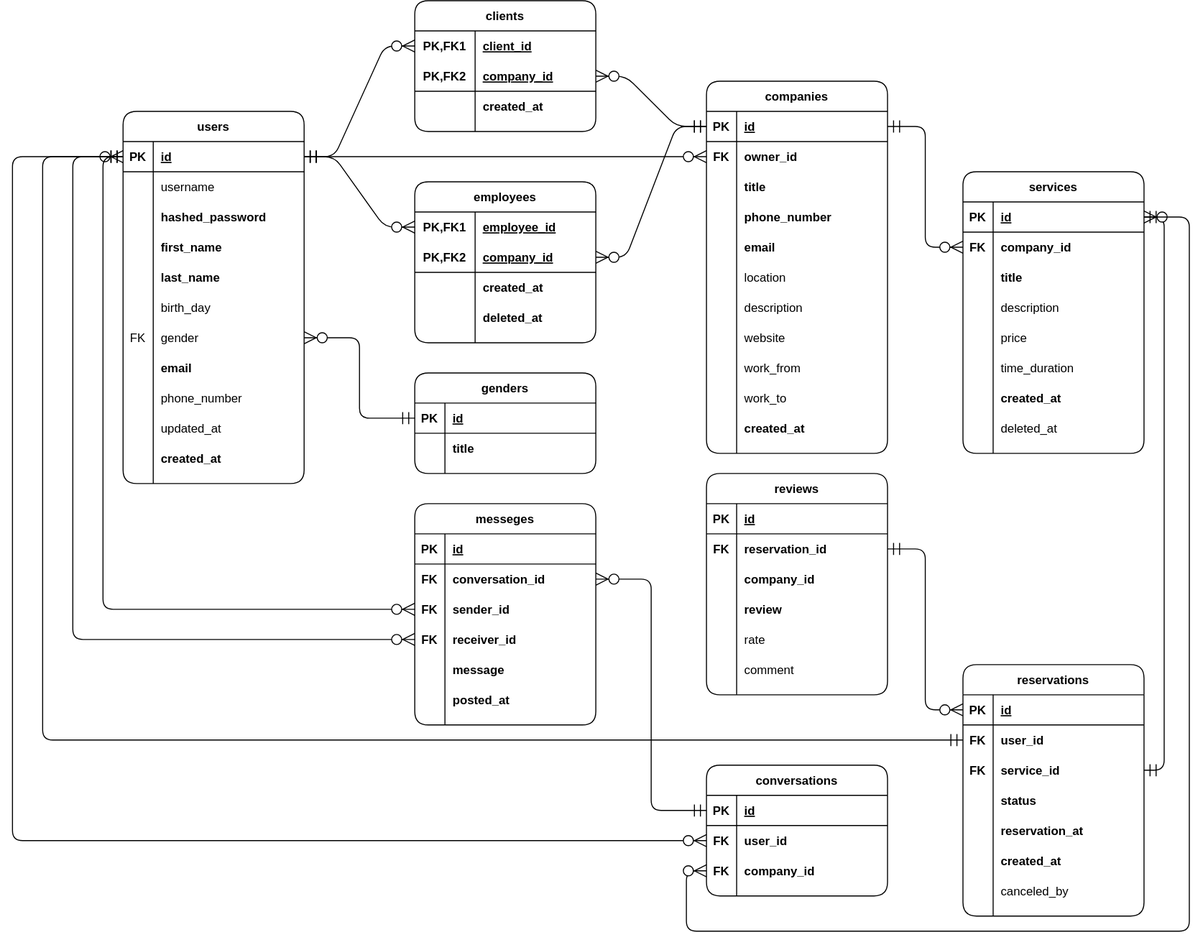
chutommy/user-microservice keeps this draw.io diagram as docs/db_diagram.drawio.svg. Above is the earlier version. Source tidied: cells renumbered, new cells last; positions are measured from the earlier drawing's top-left corner, leaving out a move shared by most shapes.
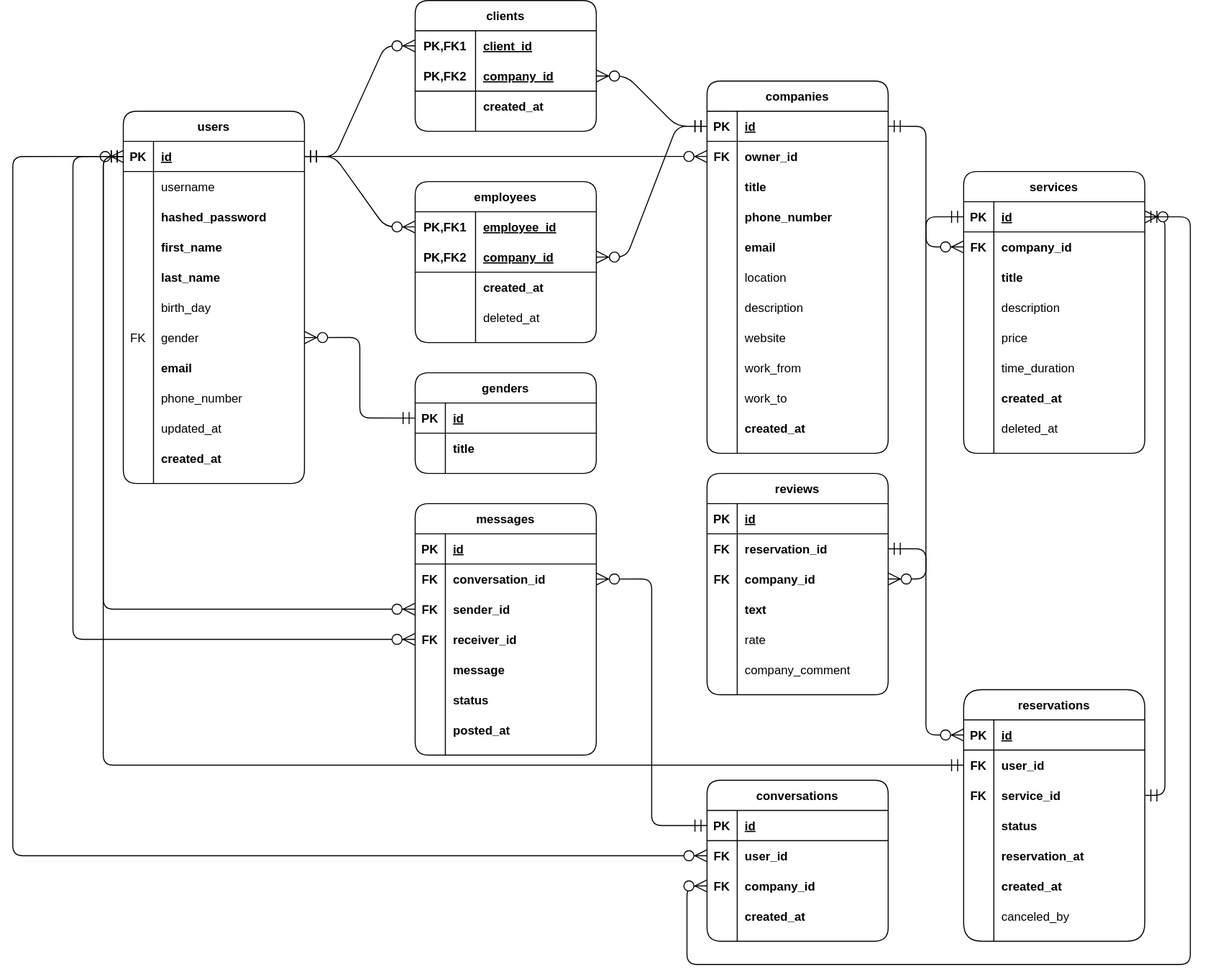
After the change.

Commit message:
Update database diagram

Diff of the diagram source:
```diff
@@ -24,12 +24,7 @@
       <mxGeometry relative="1" as="geometry" />
     </mxCell>
     <mxCell id="9" style="edgeStyle=orthogonalEdgeStyle;jettySize=auto;html=1;startArrow=ERmandOne;startFill=0;startSize=10;endArrow=ERzeroToMany;endFill=1;endSize=10;exitX=0;exitY=0.5;exitDx=0;exitDy=0;entryX=0;entryY=0.5;entryDx=0;entryDy=0;" parent="1" edge="1" source="192" target="18">
-      <mxGeometry relative="1" as="geometry">
-        <Array as="points">
-          <mxPoint x="29.9" y="735" />
-          <mxPoint x="29.9" y="155" />
-        </Array>
-      </mxGeometry>
+      <mxGeometry relative="1" as="geometry" />
     </mxCell>
     <mxCell id="10" style="edgeStyle=orthogonalEdgeStyle;jettySize=auto;html=1;startArrow=ERmandOne;startFill=0;startSize=10;endArrow=ERzeroToMany;endFill=1;endSize=10;entryX=1;entryY=0.5;entryDx=0;entryDy=0;exitX=1;exitY=0.5;exitDx=0;exitDy=0;" parent="1" edge="1" source="195" target="75">
       <mxGeometry relative="1" as="geometry" />
@@ -43,18 +38,18 @@
     <mxCell id="13" style="edgeStyle=orthogonalEdgeStyle;jettySize=auto;html=1;entryX=0;entryY=0.5;entryDx=0;entryDy=0;startArrow=ERzeroToMany;startFill=1;startSize=10;endArrow=ERmandOne;endFill=0;endSize=10;exitX=0;exitY=0.5;exitDx=0;exitDy=0;" parent="1" edge="1" source="175" target="18">
       <mxGeometry relative="1" as="geometry">
         <Array as="points">
-          <mxPoint x="-0.1" y="835" />
-          <mxPoint x="-0.1" y="155" />
+          <mxPoint y="850" />
+          <mxPoint y="155" />
         </Array>
       </mxGeometry>
     </mxCell>
     <mxCell id="14" style="edgeStyle=orthogonalEdgeStyle;jettySize=auto;html=1;entryX=1;entryY=0.5;entryDx=0;entryDy=0;startArrow=ERzeroToMany;startFill=1;startSize=10;endArrow=ERmandOne;endFill=0;endSize=10;exitX=0;exitY=0.5;exitDx=0;exitDy=0;" parent="1" edge="1" source="178" target="75">
       <mxGeometry relative="1" as="geometry">
         <Array as="points">
-          <mxPoint x="669.9" y="865" />
-          <mxPoint x="669.9" y="925" />
-          <mxPoint x="1169.9" y="925" />
-          <mxPoint x="1169.9" y="215" />
+          <mxPoint x="670" y="880" />
+          <mxPoint x="670" y="958" />
+          <mxPoint x="1170" y="958" />
+          <mxPoint x="1170" y="215" />
         </Array>
       </mxGeometry>
     </mxCell>
@@ -237,7 +232,7 @@
     <mxCell id="72" style="shape=partialRectangle;fillColor=none;top=0;left=0;bottom=0;right=0;overflow=hidden;rounded=1;" parent="71" vertex="1">
       <mxGeometry width="60" height="30" as="geometry" />
     </mxCell>
-    <mxCell id="73" value="deleted_at" style="shape=partialRectangle;fillColor=none;top=0;left=0;bottom=0;right=0;align=left;spacingLeft=6;overflow=hidden;fontStyle=1;rounded=1;" parent="71" vertex="1">
+    <mxCell id="73" value="deleted_at" style="shape=partialRectangle;fillColor=none;top=0;left=0;bottom=0;right=0;align=left;spacingLeft=6;overflow=hidden;fontStyle=0;rounded=1;" parent="71" vertex="1">
       <mxGeometry x="60" width="120" height="30" as="geometry" />
     </mxCell>
     <mxCell id="74" value="services" style="shape=table;startSize=30;rowLines=0;fontStyle=1;align=center;rounded=1;" parent="1" vertex="1">
@@ -441,7 +436,7 @@
     <mxCell id="140" style="shape=partialRectangle;fillColor=none;top=0;left=0;bottom=0;right=0;points=[[0,0.5],[1,0.5]];portConstraint=eastwest;rounded=1;" parent="133" vertex="1">
       <mxGeometry y="90" width="180" height="30" as="geometry" />
     </mxCell>
-    <mxCell id="141" style="shape=partialRectangle;fillColor=none;top=0;left=0;bottom=0;right=0;overflow=hidden;rounded=1;" parent="140" vertex="1">
+    <mxCell id="141" value="FK" style="shape=partialRectangle;fillColor=none;top=0;left=0;bottom=0;right=0;overflow=hidden;rounded=1;fontStyle=1;" parent="140" vertex="1">
       <mxGeometry width="30" height="30" as="geometry" />
     </mxCell>
     <mxCell id="142" value="company_id" style="shape=partialRectangle;fillColor=none;top=0;left=0;bottom=0;right=0;align=left;spacingLeft=6;overflow=hidden;fontStyle=1;rounded=1;" parent="140" vertex="1">
@@ -453,7 +448,7 @@
     <mxCell id="144" style="shape=partialRectangle;fillColor=none;top=0;left=0;bottom=0;right=0;overflow=hidden;rounded=1;" parent="143" vertex="1">
       <mxGeometry width="30" height="30" as="geometry" />
     </mxCell>
-    <mxCell id="145" value="review" style="shape=partialRectangle;fillColor=none;top=0;left=0;bottom=0;right=0;align=left;spacingLeft=6;overflow=hidden;fontStyle=1;rounded=1;" parent="143" vertex="1">
+    <mxCell id="145" value="text" style="shape=partialRectangle;fillColor=none;top=0;left=0;bottom=0;right=0;align=left;spacingLeft=6;overflow=hidden;fontStyle=1;rounded=1;" parent="143" vertex="1">
       <mxGeometry x="30" width="150" height="30" as="geometry" />
     </mxCell>
     <mxCell id="146" style="shape=partialRectangle;fillColor=none;top=0;left=0;bottom=0;right=0;rounded=1;" parent="133" vertex="1">
@@ -471,11 +466,11 @@
     <mxCell id="150" style="shape=partialRectangle;fillColor=none;top=0;left=0;bottom=0;right=0;overflow=hidden;rounded=1;" parent="149" vertex="1">
       <mxGeometry width="30" height="30" as="geometry" />
     </mxCell>
-    <mxCell id="151" value="comment" style="shape=partialRectangle;fillColor=none;top=0;left=0;bottom=0;right=0;align=left;spacingLeft=6;overflow=hidden;fontStyle=0;rounded=1;" parent="149" vertex="1">
+    <mxCell id="151" value="company_comment" style="shape=partialRectangle;fillColor=none;top=0;left=0;bottom=0;right=0;align=left;spacingLeft=6;overflow=hidden;fontStyle=0;rounded=1;" parent="149" vertex="1">
       <mxGeometry x="30" width="150" height="30" as="geometry" />
     </mxCell>
-    <mxCell id="152" value="messeges" style="shape=table;startSize=30;rowLines=0;fontStyle=1;align=center;rounded=1;" parent="1" vertex="1">
-      <mxGeometry x="399.9" y="500" width="180" height="220" as="geometry" />
+    <mxCell id="152" value="messages" style="shape=table;startSize=30;rowLines=0;fontStyle=1;align=center;rounded=1;" parent="1" vertex="1">
+      <mxGeometry x="399.9" y="500" width="180" height="250" as="geometry" />
     </mxCell>
     <mxCell id="153" style="shape=partialRectangle;fillColor=none;top=0;left=0;bottom=1;right=0;rounded=1;" parent="152" vertex="1">
       <mxGeometry y="30" width="180" height="30" as="geometry" />
@@ -522,8 +517,17 @@
     <mxCell id="167" value="message" style="shape=partialRectangle;fillColor=none;top=0;left=0;bottom=0;right=0;align=left;spacingLeft=6;overflow=hidden;fontStyle=1;rounded=1;" parent="165" vertex="1">
       <mxGeometry x="30" width="150" height="30" as="geometry" />
     </mxCell>
+    <mxCell id="210" style="shape=partialRectangle;fillColor=none;top=0;left=0;bottom=0;right=0;rounded=1;" parent="152" vertex="1">
+      <mxGeometry y="180" width="180" height="30" as="geometry" />
+    </mxCell>
+    <mxCell id="211" style="shape=partialRectangle;fillColor=none;top=0;left=0;bottom=0;right=0;overflow=hidden;rounded=1;" parent="210" vertex="1">
+      <mxGeometry width="30" height="30" as="geometry" />
+    </mxCell>
+    <mxCell id="212" value="status" style="shape=partialRectangle;fillColor=none;top=0;left=0;bottom=0;right=0;align=left;spacingLeft=6;overflow=hidden;fontStyle=1;rounded=1;" parent="210" vertex="1">
+      <mxGeometry x="30" width="150" height="30" as="geometry" />
+    </mxCell>
     <mxCell id="168" style="shape=partialRectangle;fillColor=none;top=0;left=0;bottom=0;right=0;rounded=1;" parent="152" vertex="1">
-      <mxGeometry y="180" width="180" height="30" as="geometry" />
+      <mxGeometry y="210" width="180" height="30" as="geometry" />
     </mxCell>
     <mxCell id="169" style="shape=partialRectangle;fillColor=none;top=0;left=0;bottom=0;right=0;overflow=hidden;rounded=1;" parent="168" vertex="1">
       <mxGeometry width="30" height="30" as="geometry" />
@@ -531,8 +535,29 @@
     <mxCell id="170" value="posted_at" style="shape=partialRectangle;fillColor=none;top=0;left=0;bottom=0;right=0;align=left;spacingLeft=6;overflow=hidden;fontStyle=1;rounded=1;" parent="168" vertex="1">
       <mxGeometry x="30" width="150" height="30" as="geometry" />
     </mxCell>
+    <mxCell id="181" value="genders" style="shape=table;startSize=30;rowLines=0;fontStyle=1;align=center;rounded=1;" parent="1" vertex="1">
+      <mxGeometry x="399.9" y="370" width="180" height="100" as="geometry" />
+    </mxCell>
+    <mxCell id="182" style="shape=partialRectangle;fillColor=none;top=0;left=0;bottom=1;right=0;points=[[0,0.5],[1,0.5]];portConstraint=eastwest;rounded=1;" parent="181" vertex="1">
+      <mxGeometry y="30" width="180" height="30" as="geometry" />
+    </mxCell>
+    <mxCell id="183" value="PK" style="shape=partialRectangle;fillColor=none;top=0;left=0;bottom=0;right=0;fontStyle=1;overflow=hidden;rounded=1;" parent="182" vertex="1">
+      <mxGeometry width="30" height="30" as="geometry" />
+    </mxCell>
+    <mxCell id="184" value="id" style="shape=partialRectangle;fillColor=none;top=0;left=0;bottom=0;right=0;align=left;spacingLeft=6;fontStyle=5;overflow=hidden;rounded=1;" parent="182" vertex="1">
+      <mxGeometry x="30" width="150" height="30" as="geometry" />
+    </mxCell>
+    <mxCell id="185" style="shape=partialRectangle;fillColor=none;top=0;left=0;bottom=0;right=0;rounded=1;" parent="181" vertex="1">
+      <mxGeometry y="60" width="180" height="30" as="geometry" />
+    </mxCell>
+    <mxCell id="186" style="shape=partialRectangle;fillColor=none;top=0;left=0;bottom=0;right=0;overflow=hidden;rounded=1;" parent="185" vertex="1">
+      <mxGeometry width="30" height="30" as="geometry" />
+    </mxCell>
+    <mxCell id="187" value="title" style="shape=partialRectangle;fillColor=none;top=0;left=0;bottom=0;right=0;align=left;spacingLeft=6;overflow=hidden;fontStyle=1;rounded=1;" parent="185" vertex="1">
+      <mxGeometry x="30" width="150" height="30" as="geometry" />
+    </mxCell>
     <mxCell id="171" value="conversations" style="shape=table;startSize=30;rowLines=0;fontStyle=1;align=center;rounded=1;" parent="1" vertex="1">
-      <mxGeometry x="689.9" y="760" width="180" height="130" as="geometry" />
+      <mxGeometry x="689.9" y="775" width="180" height="160" as="geometry" />
     </mxCell>
     <mxCell id="172" style="shape=partialRectangle;fillColor=none;top=0;left=0;bottom=1;right=0;points=[[0,0.5],[1,0.5]];portConstraint=eastwest;rounded=1;" parent="171" vertex="1">
       <mxGeometry y="30" width="180" height="30" as="geometry" />
@@ -561,29 +586,17 @@
     <mxCell id="180" value="company_id" style="shape=partialRectangle;fillColor=none;top=0;left=0;bottom=0;right=0;align=left;spacingLeft=6;overflow=hidden;fontStyle=1;rounded=1;" parent="178" vertex="1">
       <mxGeometry x="30" width="150" height="30" as="geometry" />
     </mxCell>
-    <mxCell id="181" value="genders" style="shape=table;startSize=30;rowLines=0;fontStyle=1;align=center;rounded=1;" parent="1" vertex="1">
-      <mxGeometry x="399.9" y="370" width="180" height="100" as="geometry" />
-    </mxCell>
-    <mxCell id="182" style="shape=partialRectangle;fillColor=none;top=0;left=0;bottom=1;right=0;points=[[0,0.5],[1,0.5]];portConstraint=eastwest;rounded=1;" parent="181" vertex="1">
-      <mxGeometry y="30" width="180" height="30" as="geometry" />
-    </mxCell>
-    <mxCell id="183" value="PK" style="shape=partialRectangle;fillColor=none;top=0;left=0;bottom=0;right=0;fontStyle=1;overflow=hidden;rounded=1;" parent="182" vertex="1">
-      <mxGeometry width="30" height="30" as="geometry" />
-    </mxCell>
-    <mxCell id="184" value="id" style="shape=partialRectangle;fillColor=none;top=0;left=0;bottom=0;right=0;align=left;spacingLeft=6;fontStyle=5;overflow=hidden;rounded=1;" parent="182" vertex="1">
-      <mxGeometry x="30" width="150" height="30" as="geometry" />
-    </mxCell>
-    <mxCell id="185" style="shape=partialRectangle;fillColor=none;top=0;left=0;bottom=0;right=0;rounded=1;" parent="181" vertex="1">
-      <mxGeometry y="60" width="180" height="30" as="geometry" />
-    </mxCell>
-    <mxCell id="186" style="shape=partialRectangle;fillColor=none;top=0;left=0;bottom=0;right=0;overflow=hidden;rounded=1;" parent="185" vertex="1">
-      <mxGeometry width="30" height="30" as="geometry" />
-    </mxCell>
-    <mxCell id="187" value="title" style="shape=partialRectangle;fillColor=none;top=0;left=0;bottom=0;right=0;align=left;spacingLeft=6;overflow=hidden;fontStyle=1;rounded=1;" parent="185" vertex="1">
-      <mxGeometry x="30" width="150" height="30" as="geometry" />
-    </mxCell>
+    <mxCell id="213" style="shape=partialRectangle;fillColor=none;top=0;left=0;bottom=0;right=0;rounded=1;" parent="171" vertex="1">
+      <mxGeometry y="120" width="180" height="30" as="geometry" />
+    </mxCell>
+    <mxCell id="214" style="shape=partialRectangle;fillColor=none;top=0;left=0;bottom=0;right=0;overflow=hidden;fontStyle=1;rounded=1;" parent="213" vertex="1">
+      <mxGeometry width="30" height="30" as="geometry" />
+    </mxCell>
+    <mxCell id="215" value="created_at" style="shape=partialRectangle;fillColor=none;top=0;left=0;bottom=0;right=0;align=left;spacingLeft=6;overflow=hidden;fontStyle=1;rounded=1;" parent="213" vertex="1">
+      <mxGeometry x="30" width="150" height="30" as="geometry" />
+    </mxCell>
-    <mxCell id="188" value="reservations" style="shape=table;startSize=30;rowLines=0;fontStyle=1;align=center;rounded=1;" parent="1" vertex="1">
-      <mxGeometry x="944.9" y="660" width="180" height="250" as="geometry" />
+    <mxCell id="188" value="reservations" style="shape=table;startSize=30;rowLines=0;fontStyle=1;align=center;rounded=1;arcSize=20;" parent="1" vertex="1">
+      <mxGeometry x="944.9" y="685" width="180" height="250" as="geometry" />
     </mxCell>
     <mxCell id="189" style="shape=partialRectangle;fillColor=none;top=0;left=0;bottom=1;right=0;points=[[0,0.5],[1,0.5]];portConstraint=eastwest;rounded=1;" parent="188" vertex="1">
       <mxGeometry y="30" width="180" height="30" as="geometry" />
@@ -648,5 +661,8 @@
     <mxCell id="209" value="canceled_by" style="shape=partialRectangle;fillColor=none;top=0;left=0;bottom=0;right=0;align=left;spacingLeft=6;overflow=hidden;fontStyle=0;rounded=1;" parent="207" vertex="1">
       <mxGeometry x="30" width="150" height="30" as="geometry" />
     </mxCell>
+    <mxCell id="216" style="edgeStyle=orthogonalEdgeStyle;rounded=1;jettySize=auto;html=1;entryX=0;entryY=0.5;entryDx=0;entryDy=0;endSize=10;startSize=10;endArrow=ERmandOne;endFill=0;startArrow=ERzeroToMany;startFill=1;" parent="1" edge="1" source="140" target="75">
+      <mxGeometry relative="1" as="geometry" />
+    </mxCell>
   </root>
 </mxGraphModel>
```
